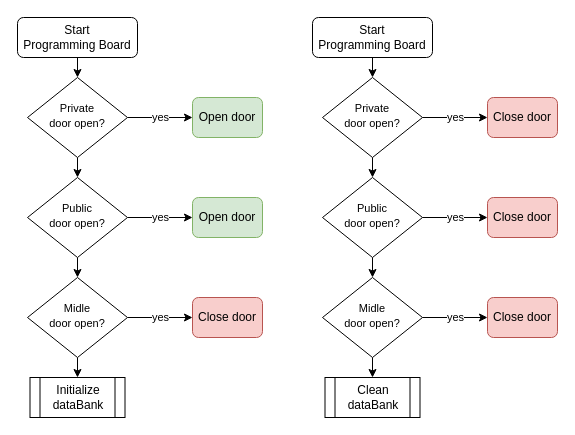
Above: page "Start / Stop" (2 of 6) of Untitled Diagram.drawio in DualUniverse/PlayerStatistic (draw.io), before the change. Source tidied: cells renumbered, new cells numbered last; positions are measured from the earlier drawing's top-left corner, leaving out a move shared by most shapes. Both pictures are drawn from the tidied source at 100%, with x=0, y=0 at pixel (17, 17).
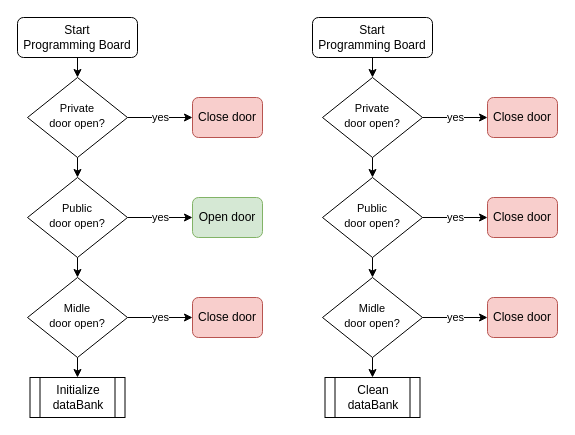
The same page after the edit.

Change to the diagram source:
```diff
@@
-    <mxCell id="13" value="Open door" style="rounded=1;whiteSpace=wrap;html=1;fontSize=12;glass=0;strokeWidth=1;shadow=0;fillColor=#d5e8d4;strokeColor=#82b366;" parent="1" vertex="1">
+    <mxCell id="13" value="Close door" style="rounded=1;whiteSpace=wrap;html=1;fontSize=12;glass=0;strokeWidth=1;shadow=0;fillColor=#f8cecc;strokeColor=#b85450;" parent="1" vertex="1">
       <mxGeometry x="175" y="80" width="70" height="40" as="geometry" />
     </mxCell>
```
